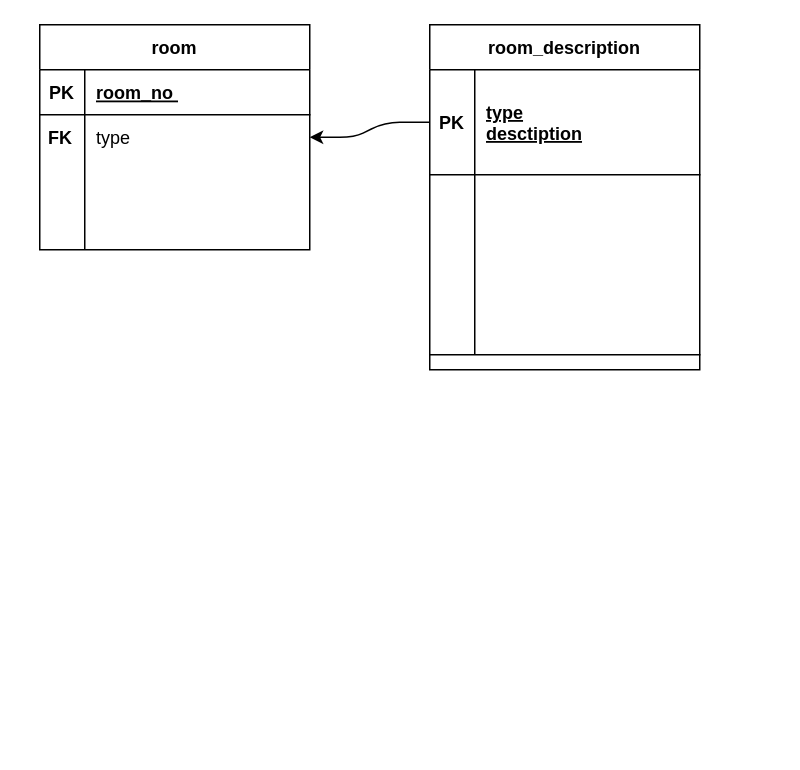
Before: PHP/Web/Hostel/AnalysisDesign/HostelRelationalSchema.drawio in onlitstechnologies/ONLITS2201, a draw.io diagram. Source tidied: cells renumbered, new cells numbered last; positions are measured from the earlier drawing's top-left corner, leaving out a move shared by most shapes. Both pictures are drawn from the tidied source at 150%, with x=0, y=0 at pixel (39, 24).
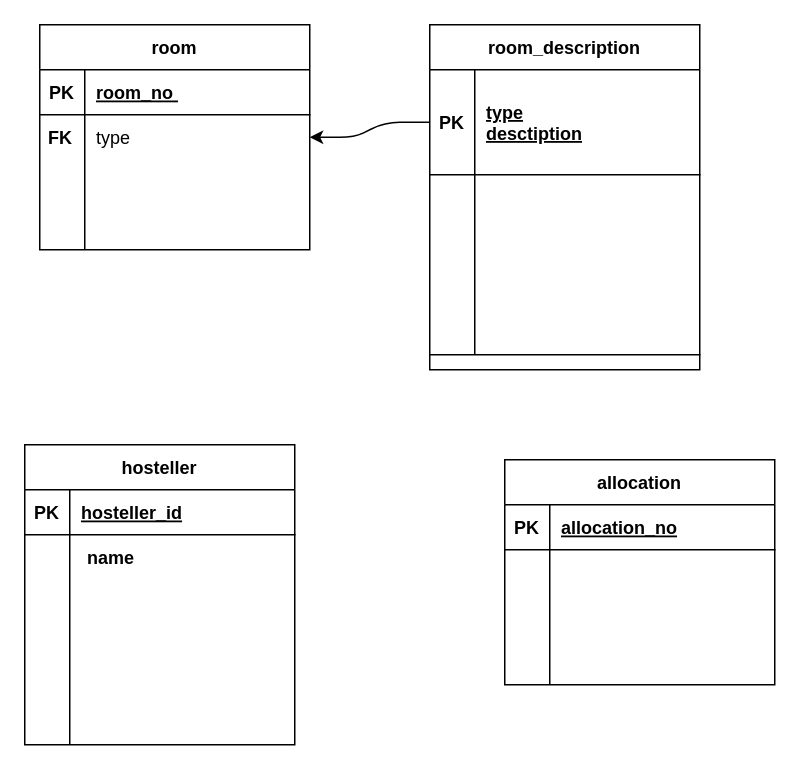
Above is the later version.

What changed in the source:
```diff
@@
+    <mxCell id="33" value="hosteller" style="shape=table;startSize=30;childLayout=tableLayout;rowLines=0;fontStyle=1;align=center;" parent="1" vertex="1">
+      <mxGeometry x="-10" y="280" width="180" height="200" as="geometry" />
+    </mxCell>
+    <mxCell id="34" style="shape=partialRectangle;fillColor=none;top=0;left=0;bottom=1;right=0;" parent="33" vertex="1">
+      <mxGeometry y="30" width="180" height="30" as="geometry" />
+    </mxCell>
+    <mxCell id="35" value="PK" style="shape=partialRectangle;fillColor=none;top=0;left=0;bottom=0;right=0;fontStyle=1;overflow=hidden;" parent="34" vertex="1">
+      <mxGeometry width="30" height="30" as="geometry" />
+    </mxCell>
+    <mxCell id="36" value="hosteller_id" style="shape=partialRectangle;fillColor=none;top=0;left=0;bottom=0;right=0;align=left;spacingLeft=6;fontStyle=5;overflow=hidden;" parent="34" vertex="1">
+      <mxGeometry x="30" width="150" height="30" as="geometry" />
+    </mxCell>
+    <mxCell id="37" style="shape=partialRectangle;fillColor=none;top=0;left=0;bottom=0;right=0;" parent="33" vertex="1">
+      <mxGeometry y="60" width="180" height="30" as="geometry" />
+    </mxCell>
+    <mxCell id="38" style="shape=partialRectangle;fillColor=none;top=0;left=0;bottom=0;right=0;overflow=hidden;" parent="37" vertex="1">
+      <mxGeometry width="30" height="30" as="geometry" />
+    </mxCell>
+    <mxCell id="39" style="shape=partialRectangle;fillColor=none;top=0;left=0;bottom=0;right=0;align=left;spacingLeft=6;overflow=hidden;" parent="37" vertex="1">
+      <mxGeometry x="30" width="150" height="30" as="geometry" />
+    </mxCell>
+    <mxCell id="40" style="shape=partialRectangle;fillColor=none;top=0;left=0;bottom=0;right=0;" parent="33" vertex="1">
+      <mxGeometry y="90" width="180" height="80" as="geometry" />
+    </mxCell>
+    <mxCell id="41" style="shape=partialRectangle;fillColor=none;top=0;left=0;bottom=0;right=0;overflow=hidden;" parent="40" vertex="1">
+      <mxGeometry width="30" height="80" as="geometry" />
+    </mxCell>
+    <mxCell id="42" style="shape=partialRectangle;fillColor=none;top=0;left=0;bottom=0;right=0;align=left;spacingLeft=6;overflow=hidden;" parent="40" vertex="1">
+      <mxGeometry x="30" width="150" height="80" as="geometry" />
+    </mxCell>
+    <mxCell id="43" style="shape=partialRectangle;fillColor=none;top=0;left=0;bottom=0;right=0;" parent="33" vertex="1">
+      <mxGeometry y="170" width="180" height="30" as="geometry" />
+    </mxCell>
+    <mxCell id="44" style="shape=partialRectangle;fillColor=none;top=0;left=0;bottom=0;right=0;overflow=hidden;" parent="43" vertex="1">
+      <mxGeometry width="30" height="30" as="geometry" />
+    </mxCell>
+    <mxCell id="45" style="shape=partialRectangle;fillColor=none;top=0;left=0;bottom=0;right=0;align=left;spacingLeft=6;overflow=hidden;" parent="43" vertex="1">
+      <mxGeometry x="30" width="150" height="30" as="geometry" />
+    </mxCell>
+    <mxCell id="46" value="allocation" style="shape=table;startSize=30;childLayout=tableLayout;rowLines=0;fontStyle=1;align=center;" parent="1" vertex="1">
+      <mxGeometry x="310" y="290" width="180" height="150" as="geometry" />
+    </mxCell>
+    <mxCell id="47" style="shape=partialRectangle;fillColor=none;top=0;left=0;bottom=1;right=0;" parent="46" vertex="1">
+      <mxGeometry y="30" width="180" height="30" as="geometry" />
+    </mxCell>
+    <mxCell id="48" value="PK" style="shape=partialRectangle;fillColor=none;top=0;left=0;bottom=0;right=0;fontStyle=1;overflow=hidden;" parent="47" vertex="1">
+      <mxGeometry width="30" height="30" as="geometry" />
+    </mxCell>
+    <mxCell id="49" value="allocation_no" style="shape=partialRectangle;fillColor=none;top=0;left=0;bottom=0;right=0;align=left;spacingLeft=6;fontStyle=5;overflow=hidden;" parent="47" vertex="1">
+      <mxGeometry x="30" width="150" height="30" as="geometry" />
+    </mxCell>
+    <mxCell id="50" style="shape=partialRectangle;fillColor=none;top=0;left=0;bottom=0;right=0;" parent="46" vertex="1">
+      <mxGeometry y="60" width="180" height="30" as="geometry" />
+    </mxCell>
+    <mxCell id="51" style="shape=partialRectangle;fillColor=none;top=0;left=0;bottom=0;right=0;overflow=hidden;" parent="50" vertex="1">
+      <mxGeometry width="30" height="30" as="geometry" />
+    </mxCell>
+    <mxCell id="52" style="shape=partialRectangle;fillColor=none;top=0;left=0;bottom=0;right=0;align=left;spacingLeft=6;overflow=hidden;" parent="50" vertex="1">
+      <mxGeometry x="30" width="150" height="30" as="geometry" />
+    </mxCell>
+    <mxCell id="53" style="shape=partialRectangle;fillColor=none;top=0;left=0;bottom=0;right=0;" parent="46" vertex="1">
+      <mxGeometry y="90" width="180" height="30" as="geometry" />
+    </mxCell>
+    <mxCell id="54" style="shape=partialRectangle;fillColor=none;top=0;left=0;bottom=0;right=0;overflow=hidden;" parent="53" vertex="1">
+      <mxGeometry width="30" height="30" as="geometry" />
+    </mxCell>
+    <mxCell id="55" style="shape=partialRectangle;fillColor=none;top=0;left=0;bottom=0;right=0;align=left;spacingLeft=6;overflow=hidden;" parent="53" vertex="1">
+      <mxGeometry x="30" width="150" height="30" as="geometry" />
+    </mxCell>
+    <mxCell id="56" style="shape=partialRectangle;fillColor=none;top=0;left=0;bottom=0;right=0;" parent="46" vertex="1">
+      <mxGeometry y="120" width="180" height="30" as="geometry" />
+    </mxCell>
+    <mxCell id="57" style="shape=partialRectangle;fillColor=none;top=0;left=0;bottom=0;right=0;overflow=hidden;" parent="56" vertex="1">
+      <mxGeometry width="30" height="30" as="geometry" />
+    </mxCell>
+    <mxCell id="58" style="shape=partialRectangle;fillColor=none;top=0;left=0;bottom=0;right=0;align=left;spacingLeft=6;overflow=hidden;" parent="56" vertex="1">
+      <mxGeometry x="30" width="150" height="30" as="geometry" />
+    </mxCell>
+    <mxCell id="59" value="name" style="shape=partialRectangle;fillColor=none;top=0;left=0;bottom=0;right=0;align=left;spacingLeft=6;fontStyle=1;overflow=hidden;" parent="1" vertex="1">
+      <mxGeometry x="24" y="340" width="150" height="30" as="geometry" />
+    </mxCell>
```
